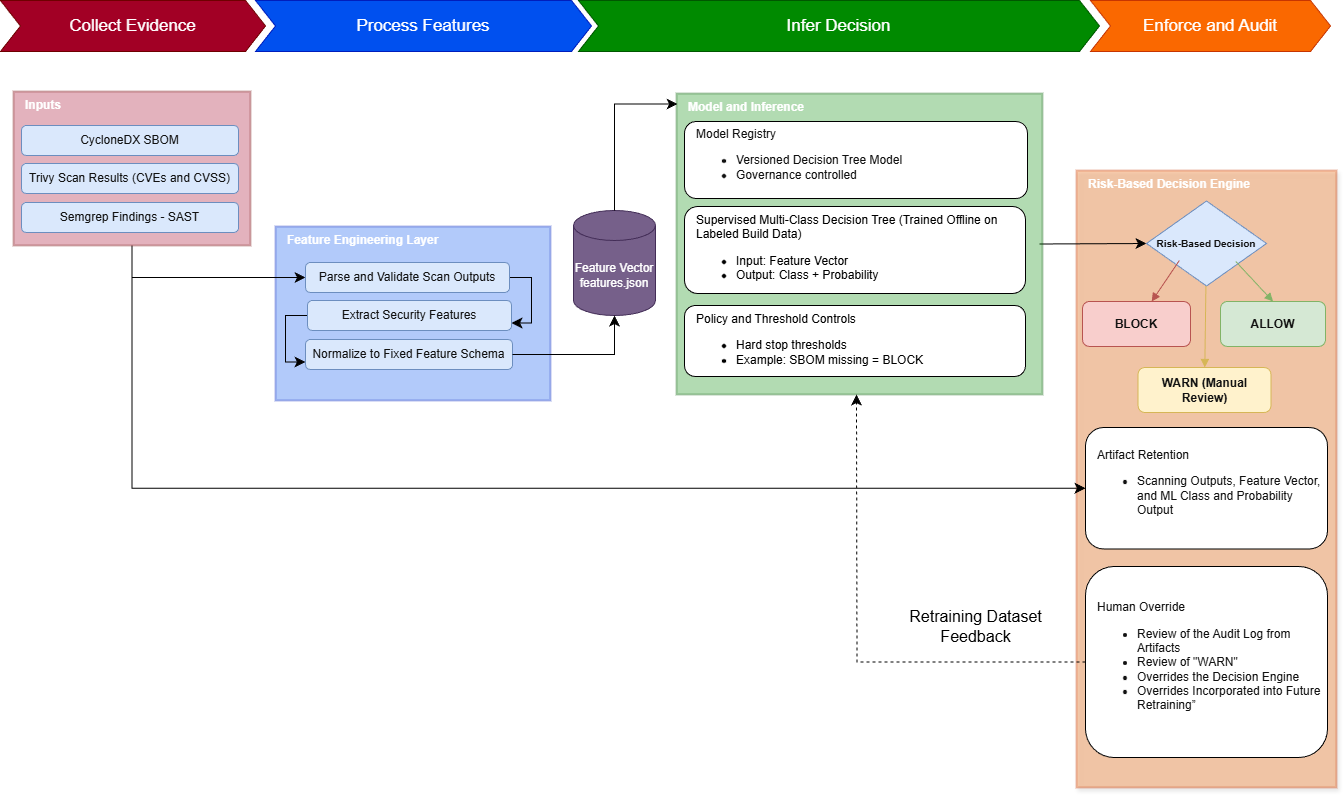
castroaj/risk-aware-supply-chain-security keeps this draw.io diagram as documentation/design/ml-architecture.drawio.png. Above is the earlier version. Source tidied: cells renumbered, new cells last; positions are measured from the earlier drawing's top-left corner, leaving out a move shared by most shapes.
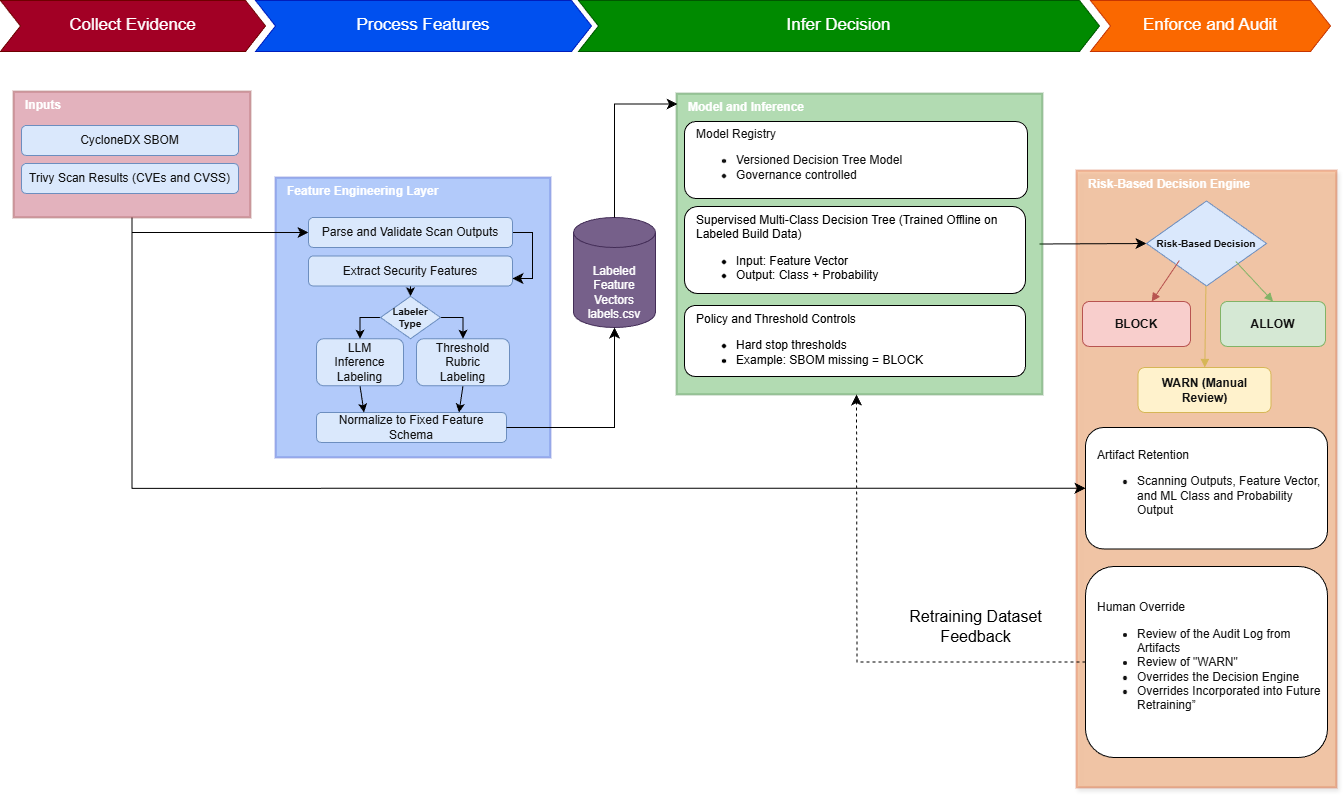
The same file after the commit.

Commit message:
Update ML architecture diagram

Change to the diagram source:
```diff
@@ -14,16 +14,20 @@
       <mxGeometry x="676" y="93" width="366" height="301" as="geometry" />
     </mxCell>
     <mxCell id="5" value="Feature Engineering Layer" style="rounded=0;whiteSpace=wrap;html=1;fillColor=#0050ef;strokeColor=#001DBC;strokeWidth=2;fontColor=light-dark(#FFFFFF,#FFFFFF);fontStyle=1;align=left;spacingLeft=10;verticalAlign=top;opacity=30;" parent="1" vertex="1">
-      <mxGeometry x="275" y="226" width="275" height="174" as="geometry" />
+      <mxGeometry x="275" y="177" width="275" height="280" as="geometry" />
     </mxCell>
     <mxCell id="6" style="edgeStyle=orthogonalEdgeStyle;rounded=0;jettySize=auto;html=1;exitX=0.5;exitY=1;exitDx=0;exitDy=0;entryX=0;entryY=0.5;entryDx=0;entryDy=0;fontSize=12;startSize=8;endSize=8;" parent="1" edge="1" source="8" target="24">
-      <mxGeometry relative="1" as="geometry" />
+      <mxGeometry relative="1" as="geometry">
+        <Array as="points">
+          <mxPoint x="132" y="232" />
+        </Array>
+      </mxGeometry>
     </mxCell>
     <mxCell id="7" style="edgeStyle=orthogonalEdgeStyle;rounded=0;jettySize=auto;html=1;exitX=0.5;exitY=1;exitDx=0;exitDy=0;entryX=0;entryY=0.5;entryDx=0;entryDy=0;fontSize=12;startSize=8;endSize=8;" parent="1" edge="1" source="8" target="31">
       <mxGeometry relative="1" as="geometry" />
     </mxCell>
     <mxCell id="8" value="Inputs" style="rounded=0;whiteSpace=wrap;html=1;fillColor=#a20025;strokeColor=#6F0000;strokeWidth=2;fontColor=light-dark(#FFFFFF,#FFFFFF);fontStyle=1;align=left;spacingLeft=10;verticalAlign=top;glass=0;opacity=30;" parent="1" vertex="1">
-      <mxGeometry x="13" y="91" width="237" height="154" as="geometry" />
+      <mxGeometry x="13" y="91" width="237" height="126" as="geometry" />
     </mxCell>
     <mxCell id="9" value="CycloneDX SBOM" style="rounded=1;whiteSpace=wrap;html=1;fillColor=#dae8fc;strokeColor=#6c8ebf;fontColor=#111111;align=center;" parent="1" vertex="1">
       <mxGeometry x="21" y="125" width="217" height="30" as="geometry" />
@@ -31,9 +35,6 @@
     <mxCell id="10" value="Trivy Scan Results (CVEs and CVSS)" style="rounded=1;whiteSpace=wrap;html=1;fillColor=#dae8fc;strokeColor=#6c8ebf;fontColor=#111111;align=center;" parent="1" vertex="1">
       <mxGeometry x="21" y="163" width="217" height="30" as="geometry" />
     </mxCell>
-    <mxCell id="11" value="Semgrep Findings -&amp;nbsp;SAST" style="rounded=1;whiteSpace=wrap;html=1;fillColor=#dae8fc;strokeColor=#6c8ebf;fontColor=#111111;align=center;" parent="1" vertex="1">
-      <mxGeometry x="21" y="202" width="217" height="30" as="geometry" />
-    </mxCell>
     <mxCell id="12" value="Model Registry&lt;div&gt;&lt;ul&gt;&lt;li&gt;Versioned Decision Tree Model&lt;/li&gt;&lt;li&gt;Governance controlled&lt;/li&gt;&lt;/ul&gt;&lt;/div&gt;" style="rounded=1;whiteSpace=wrap;html=1;fillColor=#ffffff;strokeColor=#000000;fontColor=#111111;align=left;spacingLeft=10;" parent="1" vertex="1">
       <mxGeometry x="684" y="121" width="343" height="77" as="geometry" />
     </mxCell>
@@ -71,22 +72,22 @@
       <mxGeometry relative="1" as="geometry" />
     </mxCell>
     <mxCell id="24" value="Parse and Validate Scan Outputs" style="rounded=1;whiteSpace=wrap;html=1;fillColor=#dae8fc;strokeColor=#6c8ebf;fontColor=#111111;align=center;" parent="1" vertex="1">
-      <mxGeometry x="305" y="262" width="204" height="30" as="geometry" />
+      <mxGeometry x="308" y="217" width="204" height="30" as="geometry" />
     </mxCell>
-    <mxCell id="25" style="edgeStyle=orthogonalEdgeStyle;rounded=0;jettySize=auto;html=1;exitX=0;exitY=0.5;exitDx=0;exitDy=0;entryX=0;entryY=0.75;entryDx=0;entryDy=0;fontSize=12;startSize=8;endSize=8;" parent="1" edge="1" source="26" target="27">
-      <mxGeometry relative="1" as="geometry" />
-    </mxCell>
+    <mxCell id="38" style="edgeStyle=none;html=1;exitX=0.5;exitY=1;exitDx=0;exitDy=0;" parent="1" edge="1" source="26" target="45">
+      <mxGeometry relative="1" as="geometry" />
+    </mxCell>
     <mxCell id="26" value="Extract Security Features" style="rounded=1;whiteSpace=wrap;html=1;fillColor=#dae8fc;strokeColor=#6c8ebf;fontColor=#111111;align=center;" parent="1" vertex="1">
-      <mxGeometry x="307" y="300" width="204" height="30" as="geometry" />
+      <mxGeometry x="308" y="255.5" width="204" height="30" as="geometry" />
     </mxCell>
     <mxCell id="27" value="Normalize to Fixed Feature Schema" style="rounded=1;whiteSpace=wrap;html=1;fillColor=#dae8fc;strokeColor=#6c8ebf;fontColor=#111111;align=center;" parent="1" vertex="1">
-      <mxGeometry x="305" y="339" width="207" height="30" as="geometry" />
+      <mxGeometry x="316" y="412" width="190" height="30" as="geometry" />
     </mxCell>
     <mxCell id="28" value="Supervised Multi-Class Decision Tree (Trained Offline on Labeled Build Data)&lt;div&gt;&lt;ul&gt;&lt;li&gt;Input: Feature Vector&lt;/li&gt;&lt;li&gt;Output: Class + Probability&lt;/li&gt;&lt;/ul&gt;&lt;/div&gt;" style="rounded=1;whiteSpace=wrap;html=1;align=left;spacingLeft=10;verticalAlign=top;" parent="1" vertex="1">
       <mxGeometry x="684" y="206" width="341" height="87" as="geometry" />
     </mxCell>
-    <mxCell id="29" value="Feature Vector&lt;div&gt;features.json&lt;/div&gt;" style="shape=cylinder3;whiteSpace=wrap;html=1;boundedLbl=1;backgroundOutline=1;size=15;fillColor=#76608a;fontColor=#FFFFFF;strokeColor=#432D57;" parent="1" vertex="1">
-      <mxGeometry x="573" y="210" width="82" height="105" as="geometry" />
+    <mxCell id="29" value="&lt;div&gt;&lt;br&gt;&lt;/div&gt;Labeled Feature Vectors&lt;div&gt;labels.csv&lt;/div&gt;" style="shape=cylinder3;whiteSpace=wrap;html=1;boundedLbl=1;backgroundOutline=1;size=15;fillColor=#76608a;fontColor=#FFFFFF;strokeColor=#432D57;" parent="1" vertex="1">
+      <mxGeometry x="573" y="217" width="82" height="110" as="geometry" />
     </mxCell>
     <mxCell id="30" value="Policy and Threshold Controls&lt;div&gt;&lt;ul&gt;&lt;li&gt;Hard stop thresholds&lt;/li&gt;&lt;li&gt;Example: SBOM missing = BLOCK&lt;/li&gt;&lt;/ul&gt;&lt;/div&gt;" style="rounded=1;whiteSpace=wrap;html=1;align=left;spacingLeft=10;verticalAlign=top;" parent="1" vertex="1">
       <mxGeometry x="684" y="305" width="341" height="71" as="geometry" />
@@ -108,7 +109,7 @@
     <mxCell id="35" style="edgeStyle=orthogonalEdgeStyle;rounded=0;jettySize=auto;html=1;exitX=1;exitY=0.5;exitDx=0;exitDy=0;entryX=0.5;entryY=1;entryDx=0;entryDy=0;entryPerimeter=0;fontSize=12;startSize=8;endSize=8;" parent="1" edge="1" source="27" target="29">
       <mxGeometry relative="1" as="geometry">
         <Array as="points">
-          <mxPoint x="614" y="354" />
+          <mxPoint x="614" y="427" />
         </Array>
       </mxGeometry>
     </mxCell>
@@ -118,5 +119,26 @@
     <mxCell id="37" style="endArrow=block;html=1;strokeColor=#82b366;exitX=0.744;exitY=0.712;exitDx=0;exitDy=0;exitPerimeter=0;entryX=0.5;entryY=0;entryDx=0;entryDy=0;fillColor=#d5e8d4;" parent="1" edge="1" source="13" target="14">
       <mxGeometry relative="1" as="geometry" />
     </mxCell>
+    <mxCell id="39" style="edgeStyle=none;html=1;exitX=0.5;exitY=1;exitDx=0;exitDy=0;entryX=0.75;entryY=0;entryDx=0;entryDy=0;" parent="1" edge="1" source="40" target="27">
+      <mxGeometry relative="1" as="geometry" />
+    </mxCell>
+    <mxCell id="40" value="Threshold&lt;div&gt;Rubric&lt;/div&gt;&lt;div&gt;Labeling&lt;/div&gt;" style="rounded=1;whiteSpace=wrap;html=1;fillColor=#dae8fc;strokeColor=#6c8ebf;fontColor=#111111;align=center;" parent="1" vertex="1">
+      <mxGeometry x="416" y="338.2" width="93" height="47" as="geometry" />
+    </mxCell>
+    <mxCell id="41" style="edgeStyle=none;html=1;exitX=0.5;exitY=1;exitDx=0;exitDy=0;entryX=0.25;entryY=0;entryDx=0;entryDy=0;" parent="1" edge="1" source="42" target="27">
+      <mxGeometry relative="1" as="geometry" />
+    </mxCell>
+    <mxCell id="42" value="LLM&lt;div&gt;&lt;font color=&quot;#111111&quot;&gt;Inference&lt;br&gt;&lt;/font&gt;&lt;div&gt;Labeling&lt;/div&gt;&lt;/div&gt;" style="rounded=1;whiteSpace=wrap;html=1;fillColor=#dae8fc;strokeColor=#6c8ebf;fontColor=#111111;align=center;" parent="1" vertex="1">
+      <mxGeometry x="316" y="338.2" width="87" height="47" as="geometry" />
+    </mxCell>
+    <mxCell id="43" style="edgeStyle=orthogonalEdgeStyle;html=1;exitX=1;exitY=0.5;exitDx=0;exitDy=0;entryX=0.5;entryY=0;entryDx=0;entryDy=0;rounded=0;" parent="1" edge="1" source="45" target="40">
+      <mxGeometry relative="1" as="geometry" />
+    </mxCell>
+    <mxCell id="44" style="edgeStyle=orthogonalEdgeStyle;html=1;exitX=0;exitY=0.5;exitDx=0;exitDy=0;entryX=0.5;entryY=0;entryDx=0;entryDy=0;rounded=0;curved=0;" parent="1" edge="1" source="45" target="42">
+      <mxGeometry relative="1" as="geometry" />
+    </mxCell>
+    <mxCell id="45" value="Labeler Type" style="shape=rhombus;whiteSpace=wrap;html=1;fillColor=#dae8fc;strokeColor=#6c8ebf;fontColor=#111111;align=center;fontSize=10;fontStyle=1;" parent="1" vertex="1">
+      <mxGeometry x="380" y="295.8" width="60" height="42.5" as="geometry" />
+    </mxCell>
   </root>
 </mxGraphModel>
```
